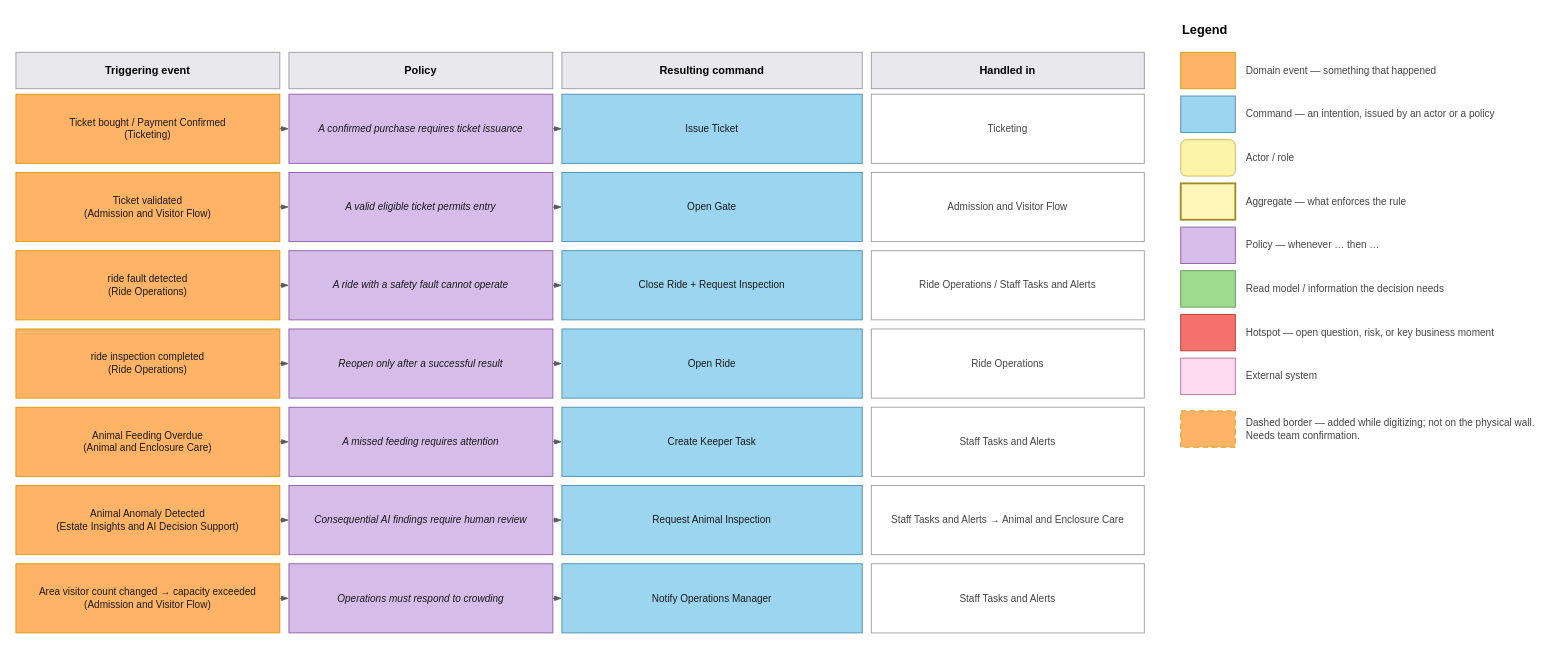
Earlier version of the draw.io diagram page "Cross-domain policies" (3 of 3) of eventstorming/eventstorming-von-digitalis.drawio (malloc37/ByteDojoArchiKata2026). Source tidied: cells renumbered, new cells numbered last; positions are measured from the earlier drawing's top-left corner, leaving out a move shared by most shapes. Both pictures are drawn from the tidied source at 91%, with x=0, y=0 at pixel (15, 15).
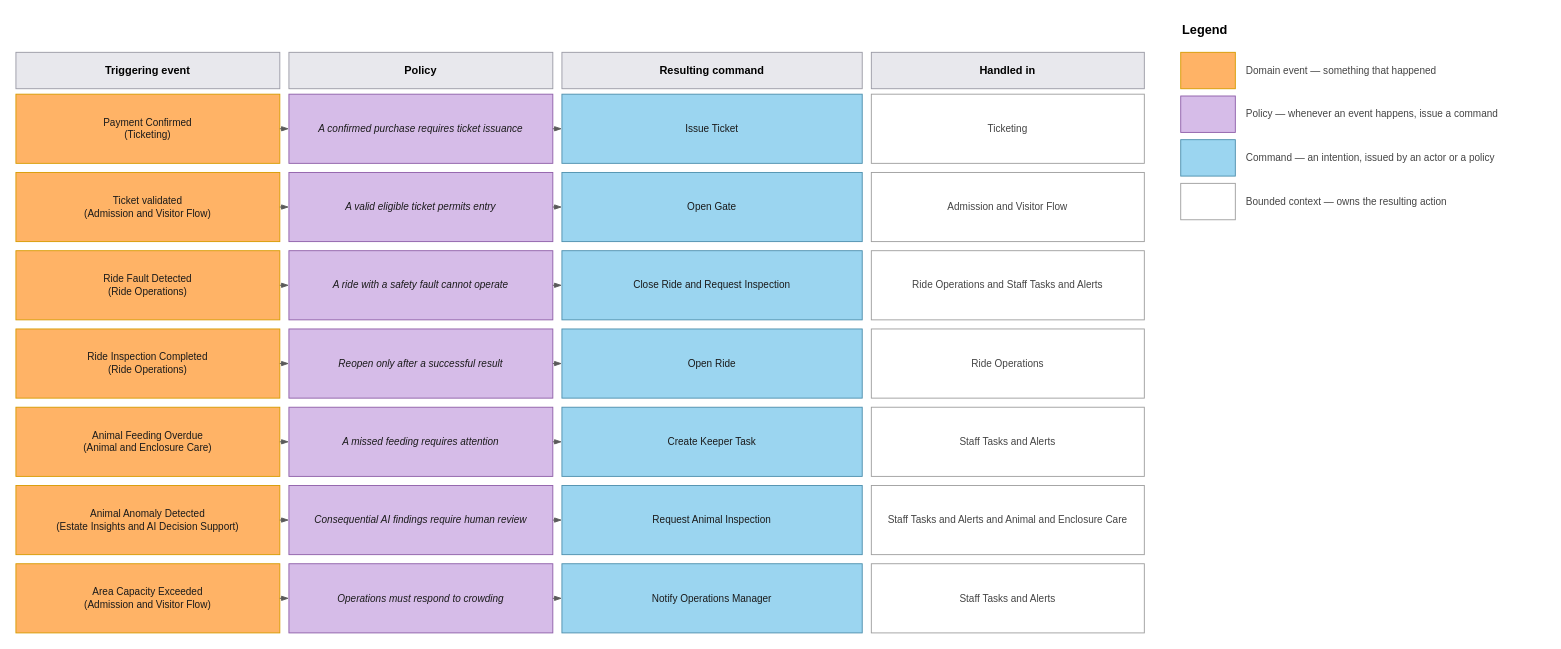
The same page after the edit.

The edit, as a diff of the source:
```diff
@@
-    <mxCell id="6" value="Ticket bought / Payment Confirmed&#10;(Ticketing)" style="rounded=0;whiteSpace=wrap;html=1;fontSize=12;verticalAlign=middle;align=center;fillColor=#FFB366;strokeColor=#D79B00;fontColor=#1a1a1a;fontSize=11;" parent="1" vertex="1">
+    <mxCell id="6" value="Payment Confirmed&#10;(Ticketing)" style="rounded=0;whiteSpace=wrap;html=1;fontSize=12;verticalAlign=middle;align=center;fillColor=#FFB366;strokeColor=#D79B00;fontColor=#1a1a1a;fontSize=11;" parent="1" vertex="1">
       <mxGeometry y="86" width="290" height="76" as="geometry" />
     </mxCell>
@@
-    <mxCell id="18" value="ride fault detected&#10;(Ride Operations)" style="rounded=0;whiteSpace=wrap;html=1;fontSize=12;verticalAlign=middle;align=center;fillColor=#FFB366;strokeColor=#D79B00;fontColor=#1a1a1a;fontSize=11;" parent="1" vertex="1">
+    <mxCell id="18" value="Ride Fault Detected&#10;(Ride Operations)" style="rounded=0;whiteSpace=wrap;html=1;fontSize=12;verticalAlign=middle;align=center;fillColor=#FFB366;strokeColor=#D79B00;fontColor=#1a1a1a;fontSize=11;" parent="1" vertex="1">
       <mxGeometry y="258" width="290" height="76" as="geometry" />
     </mxCell>
@@
-    <mxCell id="20" value="Close Ride + Request Inspection" style="rounded=0;whiteSpace=wrap;html=1;fontSize=12;verticalAlign=middle;align=center;fillColor=#9BD5F0;strokeColor=#4D8FAD;fontColor=#1a1a1a;fontSize=11;" parent="1" vertex="1">
+    <mxCell id="20" value="Close Ride and Request Inspection" style="rounded=0;whiteSpace=wrap;html=1;fontSize=12;verticalAlign=middle;align=center;fillColor=#9BD5F0;strokeColor=#4D8FAD;fontColor=#1a1a1a;fontSize=11;" parent="1" vertex="1">
       <mxGeometry x="600" y="258" width="330" height="76" as="geometry" />
     </mxCell>
-    <mxCell id="21" value="Ride Operations / Staff Tasks and Alerts" style="rounded=0;whiteSpace=wrap;html=1;fontSize=12;verticalAlign=middle;align=center;fillColor=#FFFFFF;strokeColor=#9E9E9E;fontColor=#444444;align=left;verticalAlign=top;fontSize=11;align=center;verticalAlign=middle;fontSize=11;" parent="1" vertex="1">
+    <mxCell id="21" value="Ride Operations and Staff Tasks and Alerts" style="rounded=0;whiteSpace=wrap;html=1;fontSize=12;verticalAlign=middle;align=center;fillColor=#FFFFFF;strokeColor=#9E9E9E;fontColor=#444444;align=left;verticalAlign=top;fontSize=11;align=center;verticalAlign=middle;fontSize=11;" parent="1" vertex="1">
       <mxGeometry x="940" y="258" width="300" height="76" as="geometry" />
     </mxCell>
@@
-    <mxCell id="24" value="ride inspection completed&#10;(Ride Operations)" style="rounded=0;whiteSpace=wrap;html=1;fontSize=12;verticalAlign=middle;align=center;fillColor=#FFB366;strokeColor=#D79B00;fontColor=#1a1a1a;fontSize=11;" parent="1" vertex="1">
+    <mxCell id="24" value="Ride Inspection Completed&#10;(Ride Operations)" style="rounded=0;whiteSpace=wrap;html=1;fontSize=12;verticalAlign=middle;align=center;fillColor=#FFB366;strokeColor=#D79B00;fontColor=#1a1a1a;fontSize=11;" parent="1" vertex="1">
       <mxGeometry y="344" width="290" height="76" as="geometry" />
     </mxCell>
@@
-    <mxCell id="39" value="Staff Tasks and Alerts → Animal and Enclosure Care" style="rounded=0;whiteSpace=wrap;html=1;fontSize=12;verticalAlign=middle;align=center;fillColor=#FFFFFF;strokeColor=#9E9E9E;fontColor=#444444;align=left;verticalAlign=top;fontSize=11;align=center;verticalAlign=middle;fontSize=11;" parent="1" vertex="1">
+    <mxCell id="39" value="Staff Tasks and Alerts and Animal and Enclosure Care" style="rounded=0;whiteSpace=wrap;html=1;fontSize=12;verticalAlign=middle;align=center;fillColor=#FFFFFF;strokeColor=#9E9E9E;fontColor=#444444;align=left;verticalAlign=top;fontSize=11;align=center;verticalAlign=middle;fontSize=11;" parent="1" vertex="1">
       <mxGeometry x="940" y="516" width="300" height="76" as="geometry" />
     </mxCell>
@@
-    <mxCell id="42" value="Area visitor count changed → capacity exceeded&#10;(Admission and Visitor Flow)" style="rounded=0;whiteSpace=wrap;html=1;fontSize=12;verticalAlign=middle;align=center;fillColor=#FFB366;strokeColor=#D79B00;fontColor=#1a1a1a;fontSize=11;" parent="1" vertex="1">
+    <mxCell id="42" value="Area Capacity Exceeded&#10;(Admission and Visitor Flow)" style="rounded=0;whiteSpace=wrap;html=1;fontSize=12;verticalAlign=middle;align=center;fillColor=#FFB366;strokeColor=#D79B00;fontColor=#1a1a1a;fontSize=11;" parent="1" vertex="1">
       <mxGeometry y="602" width="290" height="76" as="geometry" />
     </mxCell>
@@
     <mxCell id="51" style="rounded=0;whiteSpace=wrap;html=1;fontSize=12;verticalAlign=middle;align=center;fillColor=#9BD5F0;strokeColor=#4D8FAD;fontColor=#1a1a1a;" parent="1" vertex="1">
-      <mxGeometry x="1280" y="88" width="60" height="40" as="geometry" />
+      <mxGeometry x="1280" y="136" width="60" height="40" as="geometry" />
     </mxCell>
     <mxCell id="52" value="Command — an intention, issued by an actor or a policy" style="rounded=0;whiteSpace=wrap;html=1;fontSize=12;verticalAlign=middle;align=center;fillColor=#FFFFFF;strokeColor=#9E9E9E;fontColor=#444444;align=left;verticalAlign=top;fontSize=11;strokeColor=none;fillColor=none;verticalAlign=middle;" parent="1" vertex="1">
-      <mxGeometry x="1350" y="88" width="330" height="40" as="geometry" />
+      <mxGeometry x="1350" y="136" width="330" height="40" as="geometry" />
     </mxCell>
-    <mxCell id="53" style="rounded=1;whiteSpace=wrap;html=1;fontSize=11;fillColor=#FBF3A8;strokeColor=#C9B458;fontColor=#1a1a1a;fontStyle=2;" parent="1" vertex="1">
-      <mxGeometry x="1280" y="136" width="60" height="40" as="geometry" />
+    <mxCell id="53" style="rounded=0;whiteSpace=wrap;html=1;fontSize=11;fillColor=#FFFFFF;strokeColor=#9E9E9E;fontColor=#444444;" parent="1" vertex="1">
+      <mxGeometry x="1280" y="184" width="60" height="40" as="geometry" />
     </mxCell>
-    <mxCell id="54" value="Actor / role" style="rounded=0;whiteSpace=wrap;html=1;fontSize=12;verticalAlign=middle;align=center;fillColor=#FFFFFF;strokeColor=#9E9E9E;fontColor=#444444;align=left;verticalAlign=top;fontSize=11;strokeColor=none;fillColor=none;verticalAlign=middle;" parent="1" vertex="1">
-      <mxGeometry x="1350" y="136" width="330" height="40" as="geometry" />
+    <mxCell id="54" value="Bounded context — owns the resulting action" style="rounded=0;whiteSpace=wrap;html=1;fontSize=12;verticalAlign=middle;align=center;fillColor=#FFFFFF;strokeColor=#9E9E9E;fontColor=#444444;align=left;verticalAlign=top;fontSize=11;strokeColor=none;fillColor=none;verticalAlign=middle;" parent="1" vertex="1">
+      <mxGeometry x="1350" y="184" width="330" height="40" as="geometry" />
     </mxCell>
-    <mxCell id="55" style="rounded=0;whiteSpace=wrap;html=1;fontSize=12;verticalAlign=middle;align=center;fillColor=#FFF6B8;strokeColor=#9E8B1F;strokeWidth=2;fontStyle=1;fontColor=#1a1a1a;" parent="1" vertex="1">
-      <mxGeometry x="1280" y="184" width="60" height="40" as="geometry" />
+    <mxCell id="55" style="rounded=0;whiteSpace=wrap;html=1;fontSize=12;verticalAlign=middle;align=center;fillColor=#D6BCE8;strokeColor=#8E5EA8;fontColor=#1a1a1a;fontStyle=2;" parent="1" vertex="1">
+      <mxGeometry x="1280" y="88" width="60" height="40" as="geometry" />
     </mxCell>
-    <mxCell id="56" value="Aggregate — what enforces the rule" style="rounded=0;whiteSpace=wrap;html=1;fontSize=12;verticalAlign=middle;align=center;fillColor=#FFFFFF;strokeColor=#9E9E9E;fontColor=#444444;align=left;verticalAlign=top;fontSize=11;strokeColor=none;fillColor=none;verticalAlign=middle;" parent="1" vertex="1">
-      <mxGeometry x="1350" y="184" width="330" height="40" as="geometry" />
+    <mxCell id="56" value="Policy — whenever an event happens, issue a command" style="rounded=0;whiteSpace=wrap;html=1;fontSize=12;verticalAlign=middle;align=center;fillColor=#FFFFFF;strokeColor=#9E9E9E;fontColor=#444444;align=left;verticalAlign=top;fontSize=11;strokeColor=none;fillColor=none;verticalAlign=middle;" parent="1" vertex="1">
+      <mxGeometry x="1350" y="88" width="330" height="40" as="geometry" />
     </mxCell>
-    <mxCell id="57" style="rounded=0;whiteSpace=wrap;html=1;fontSize=12;verticalAlign=middle;align=center;fillColor=#D6BCE8;strokeColor=#8E5EA8;fontColor=#1a1a1a;fontStyle=2;" parent="1" vertex="1">
-      <mxGeometry x="1280" y="232" width="60" height="40" as="geometry" />
-    </mxCell>
-    <mxCell id="58" value="Policy — whenever … then …" style="rounded=0;whiteSpace=wrap;html=1;fontSize=12;verticalAlign=middle;align=center;fillColor=#FFFFFF;strokeColor=#9E9E9E;fontColor=#444444;align=left;verticalAlign=top;fontSize=11;strokeColor=none;fillColor=none;verticalAlign=middle;" parent="1" vertex="1">
-      <mxGeometry x="1350" y="232" width="330" height="40" as="geometry" />
-    </mxCell>
-    <mxCell id="59" style="rounded=0;whiteSpace=wrap;html=1;fontSize=12;verticalAlign=middle;align=center;fillColor=#9FDB8E;strokeColor=#5C9B4A;fontColor=#1a1a1a;" parent="1" vertex="1">
-      <mxGeometry x="1280" y="280" width="60" height="40" as="geometry" />
-    </mxCell>
-    <mxCell id="60" value="Read model / information the decision needs" style="rounded=0;whiteSpace=wrap;html=1;fontSize=12;verticalAlign=middle;align=center;fillColor=#FFFFFF;strokeColor=#9E9E9E;fontColor=#444444;align=left;verticalAlign=top;fontSize=11;strokeColor=none;fillColor=none;verticalAlign=middle;" parent="1" vertex="1">
-      <mxGeometry x="1350" y="280" width="330" height="40" as="geometry" />
-    </mxCell>
-    <mxCell id="61" style="rounded=0;whiteSpace=wrap;html=1;fontSize=12;verticalAlign=middle;align=center;fillColor=#F4726B;strokeColor=#B23A33;fontColor=#1a1a1a;fontStyle=1;" parent="1" vertex="1">
-      <mxGeometry x="1280" y="328" width="60" height="40" as="geometry" />
-    </mxCell>
-    <mxCell id="62" value="Hotspot — open question, risk, or key business moment" style="rounded=0;whiteSpace=wrap;html=1;fontSize=12;verticalAlign=middle;align=center;fillColor=#FFFFFF;strokeColor=#9E9E9E;fontColor=#444444;align=left;verticalAlign=top;fontSize=11;strokeColor=none;fillColor=none;verticalAlign=middle;" parent="1" vertex="1">
-      <mxGeometry x="1350" y="328" width="330" height="40" as="geometry" />
-    </mxCell>
-    <mxCell id="63" style="rounded=0;whiteSpace=wrap;html=1;fontSize=12;verticalAlign=middle;align=center;fillColor=#FFD9F0;strokeColor=#B5739D;fontColor=#1a1a1a;" parent="1" vertex="1">
-      <mxGeometry x="1280" y="376" width="60" height="40" as="geometry" />
-    </mxCell>
-    <mxCell id="64" value="External system" style="rounded=0;whiteSpace=wrap;html=1;fontSize=12;verticalAlign=middle;align=center;fillColor=#FFFFFF;strokeColor=#9E9E9E;fontColor=#444444;align=left;verticalAlign=top;fontSize=11;strokeColor=none;fillColor=none;verticalAlign=middle;" parent="1" vertex="1">
-      <mxGeometry x="1350" y="376" width="330" height="40" as="geometry" />
-    </mxCell>
-    <mxCell id="65" style="rounded=0;whiteSpace=wrap;html=1;fontSize=12;verticalAlign=middle;align=center;fillColor=#FFB366;strokeColor=#D79B00;fontColor=#1a1a1a;dashed=1;dashPattern=6 4;" parent="1" vertex="1">
-      <mxGeometry x="1280" y="434" width="60" height="40" as="geometry" />
-    </mxCell>
-    <mxCell id="66" value="Dashed border — added while digitizing; not on the physical wall. Needs team confirmation." style="rounded=0;whiteSpace=wrap;html=1;fontSize=12;verticalAlign=middle;align=center;fillColor=#FFFFFF;strokeColor=#9E9E9E;fontColor=#444444;align=left;verticalAlign=top;fontSize=11;strokeColor=none;fillColor=none;verticalAlign=middle;" parent="1" vertex="1">
-      <mxGeometry x="1350" y="434" width="330" height="40" as="geometry" />
-    </mxCell>
```
